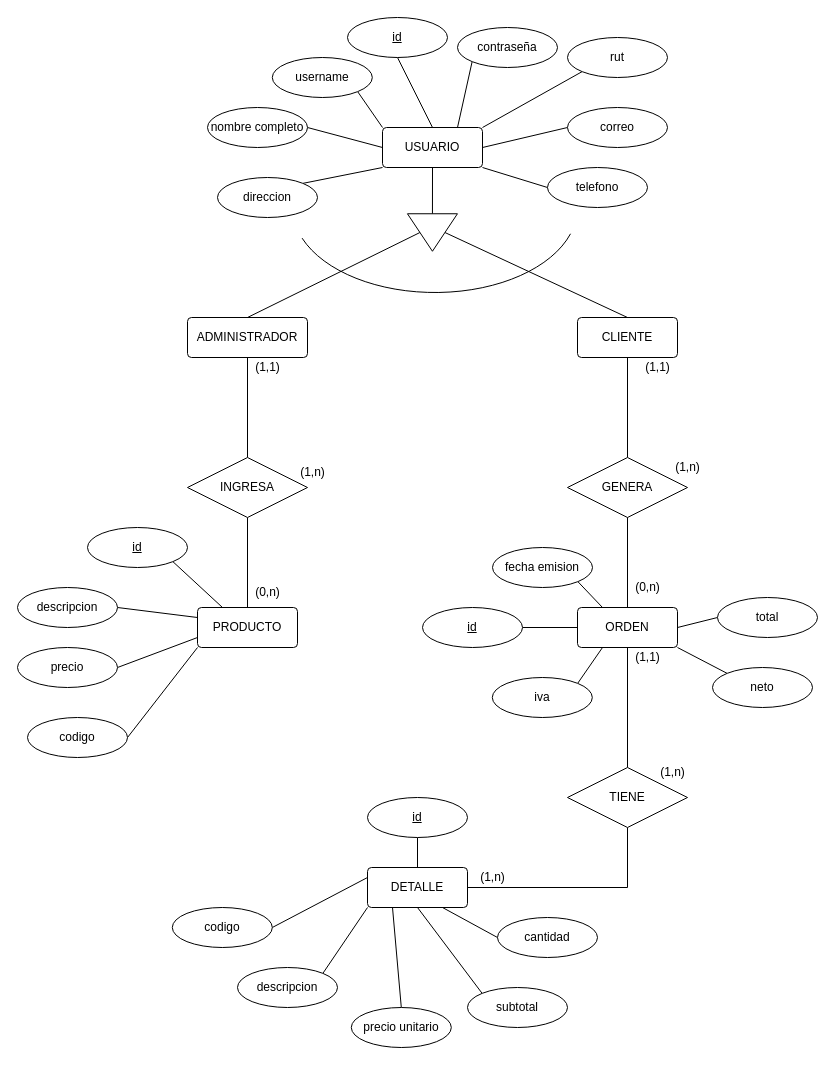
This is page "ER" (1 of 3) of DiagramaER.drawio from KemosahbeAndres/proyecto_java, a draw.io file, before an edit. Source tidied: cells renumbered, new cells numbered last; positions are measured from the earlier drawing's top-left corner, leaving out a move shared by most shapes. Both pictures are drawn from the tidied source at 100%, with x=0, y=0 at pixel (17, 17).
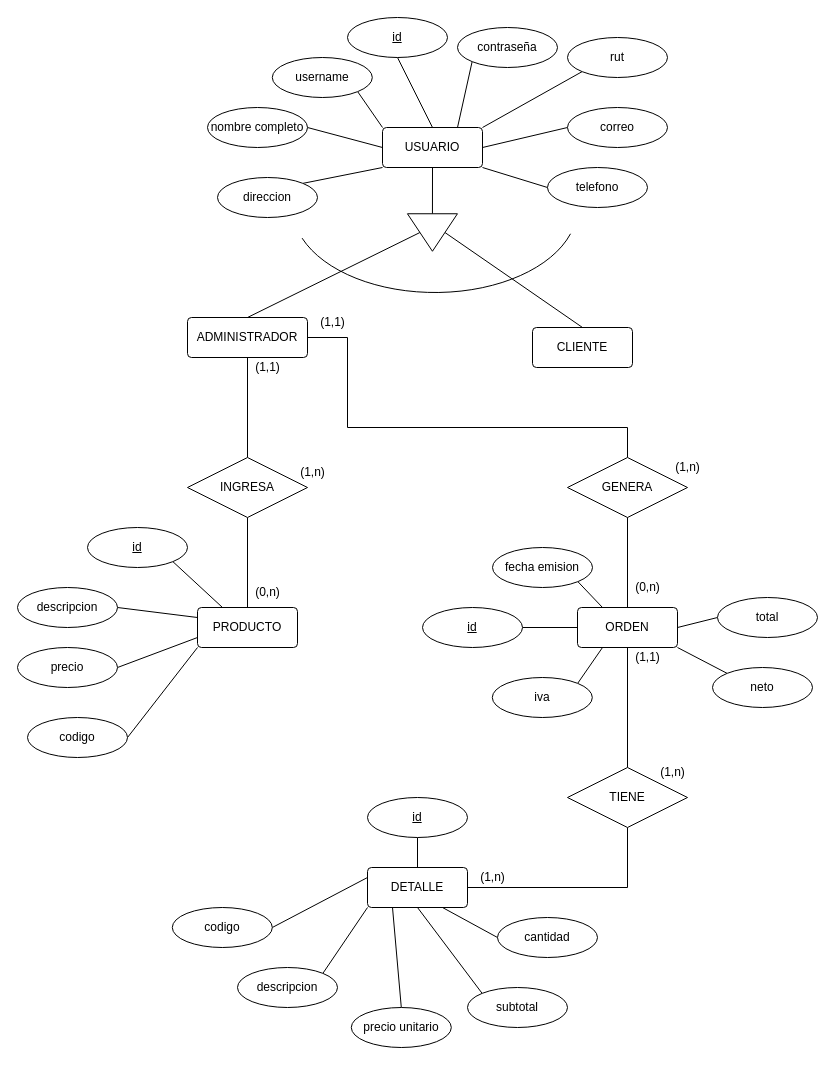
The same page after the edit.

The change refers to these unchanged cells:
```xml
<mxCell id="7" value="ADMINISTRADOR" style="rounded=1;arcSize=10;whiteSpace=wrap;html=1;align=center;" parent="1" vertex="1">
  <mxGeometry x="170" y="300" width="120" height="40" as="geometry" />
</mxCell>
<mxCell id="14" value="GENERA" style="shape=rhombus;perimeter=rhombusPerimeter;whiteSpace=wrap;html=1;align=center;" parent="1" vertex="1">
  <mxGeometry x="550" y="440" width="120" height="60" as="geometry" />
</mxCell>
```

The edit, as a diff of the source:
```diff
@@
-    <mxCell id="8" style="edgeStyle=orthogonalEdgeStyle;rounded=0;jettySize=auto;html=1;exitX=0.5;exitY=1;exitDx=0;exitDy=0;entryX=0.5;entryY=0;entryDx=0;entryDy=0;endArrow=none;endFill=0;" parent="1" edge="1" source="9" target="14">
-      <mxGeometry relative="1" as="geometry" />
+    <mxCell id="8" style="edgeStyle=orthogonalEdgeStyle;rounded=0;jettySize=auto;html=1;exitX=1;exitY=0.5;exitDx=0;exitDy=0;entryX=0.5;entryY=0;entryDx=0;entryDy=0;endArrow=none;endFill=0;" parent="1" edge="1" source="7" target="14">
+      <mxGeometry relative="1" as="geometry">
+        <Array as="points">
+          <mxPoint x="330" y="320" />
+          <mxPoint x="330" y="410" />
+          <mxPoint x="610" y="410" />
+        </Array>
+      </mxGeometry>
     </mxCell>
     <mxCell id="9" value="CLIENTE" style="rounded=1;arcSize=10;whiteSpace=wrap;html=1;align=center;" parent="1" vertex="1">
-      <mxGeometry x="560" y="300" width="100" height="40" as="geometry" />
+      <mxGeometry x="515" y="310" width="100" height="40" as="geometry" />
     </mxCell>
@@
     <mxCell id="70" value="(1,1)" style="text;html=1;align=center;verticalAlign=middle;strokeColor=none;fillColor=none;" parent="1" vertex="1">
-      <mxGeometry x="615" y="335" width="50" height="30" as="geometry" />
+      <mxGeometry x="290" y="290" width="50" height="30" as="geometry" />
     </mxCell>
```
